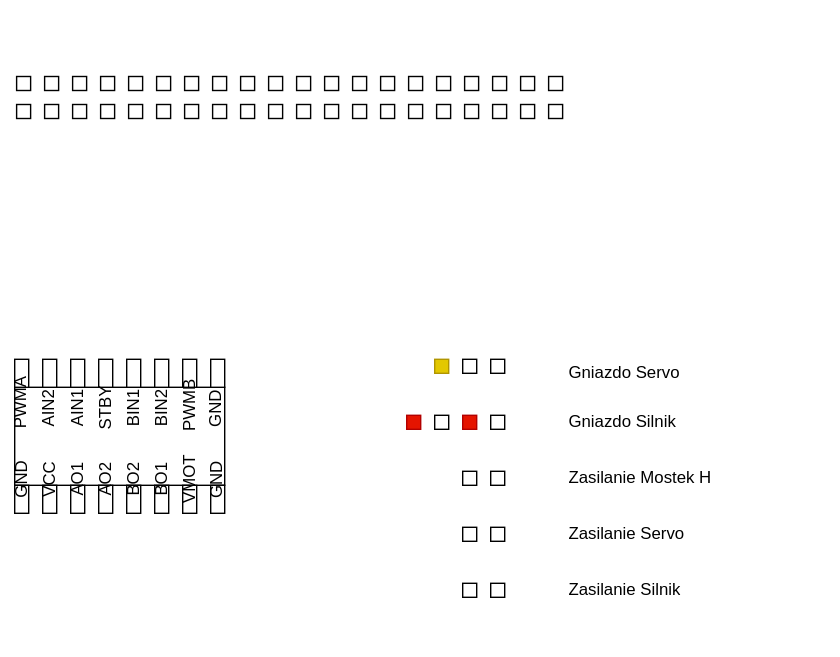
This is scheme/rc_car_diagram_idc.svg from MariuszBorek/rc-car, a draw.io export, as it was before one commit. Source tidied: cells renumbered, new cells last; positions are measured from the earlier drawing's top-left corner, leaving out a move shared by most shapes.
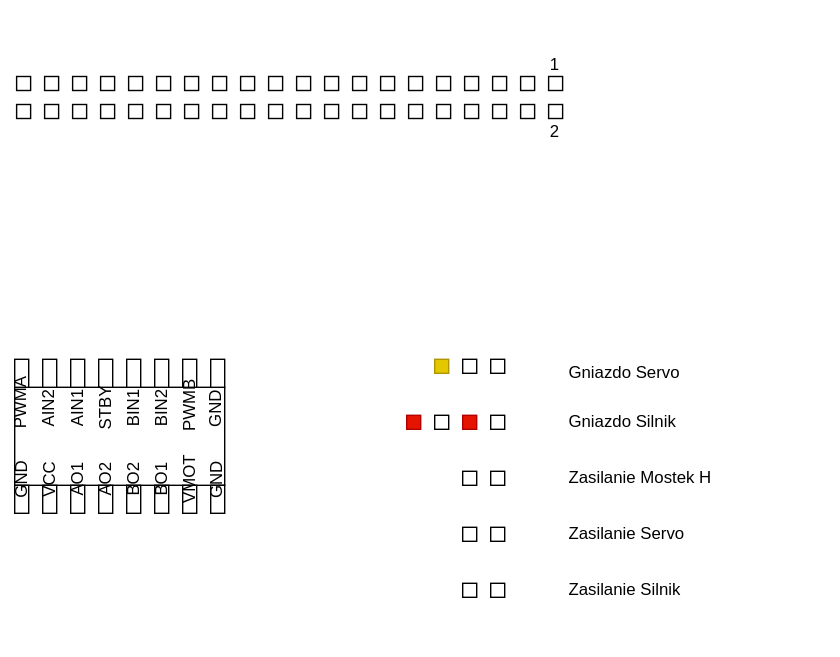
Above is the later version.

What changed in the source:
```diff
@@ -363,16 +363,16 @@
       <mxGeometry x="147.6" y="230.1" width="4.7" height="32.7" as="geometry" />
     </mxCell>
     <mxCell id="122" style="shape=(stored shape, 780 characters);lineShape=1;strokeColor=light-dark(transparent,#7F00FF);" parent="1" vertex="1">
-      <mxGeometry x="308.6" y="39" width="4.9" height="22.2" as="geometry" />
+      <mxGeometry x="308.6" y="35" width="4.9" height="22.2" as="geometry" />
     </mxCell>
     <mxCell id="123" style="shape=(stored shape, 1620 characters);lineShape=1;strokeColor=light-dark(transparent,#7F00FF);" parent="1" vertex="1">
-      <mxGeometry x="309.9" y="38.7" width="122.4" height="5.5" as="geometry" />
+      <mxGeometry x="309.9" y="31.7" width="122.4" height="5.5" as="geometry" />
     </mxCell>
     <mxCell id="124" style="shape=(stored shape, 2888 characters);lineShape=1;strokeColor=light-dark(transparent,#7F00FF);" parent="1" vertex="1">
       <mxGeometry x="150.5" y="227.1" width="282.9" height="6" as="geometry" />
     </mxCell>
     <mxCell id="125" style="shape=(stored shape, 2372 characters);lineShape=1;strokeColor=light-dark(transparent,#7F00FF);" parent="1" vertex="1">
-      <mxGeometry x="426.1" y="40.4" width="9.6" height="193" as="geometry" />
+      <mxGeometry x="426.1" y="36.4" width="9.6" height="193" as="geometry" />
     </mxCell>
     <mxCell id="126" style="shape=(stored shape, 1112 characters);lineShape=1;strokeColor=light-dark(transparent,#FF8000);" parent="1" vertex="1">
       <mxGeometry x="127.6" y="216.3" width="6.2" height="49.6" as="geometry" />
@@ -407,5 +407,11 @@
     <mxCell id="136" style="shape=(stored shape, 2588 characters);lineShape=1;strokeColor=light-dark(transparent,#808080);" parent="1" vertex="1">
       <mxGeometry x="366.7" y="78.7" width="6.9" height="182" as="geometry" />
     </mxCell>
+    <mxCell id="137" value="1" style="text;html=1;whiteSpace=wrap;strokeColor=none;fillColor=none;align=center;verticalAlign=middle;rounded=0;" parent="1" vertex="1">
+      <mxGeometry x="381.4" y="31" width="60" height="30" as="geometry" />
+    </mxCell>
+    <mxCell id="138" value="2" style="text;html=1;whiteSpace=wrap;strokeColor=none;fillColor=none;align=center;verticalAlign=middle;rounded=0;" parent="1" vertex="1">
+      <mxGeometry x="381.4" y="79.4" width="60" height="30" as="geometry" />
+    </mxCell>
   </root>
 </mxGraphModel>
```
